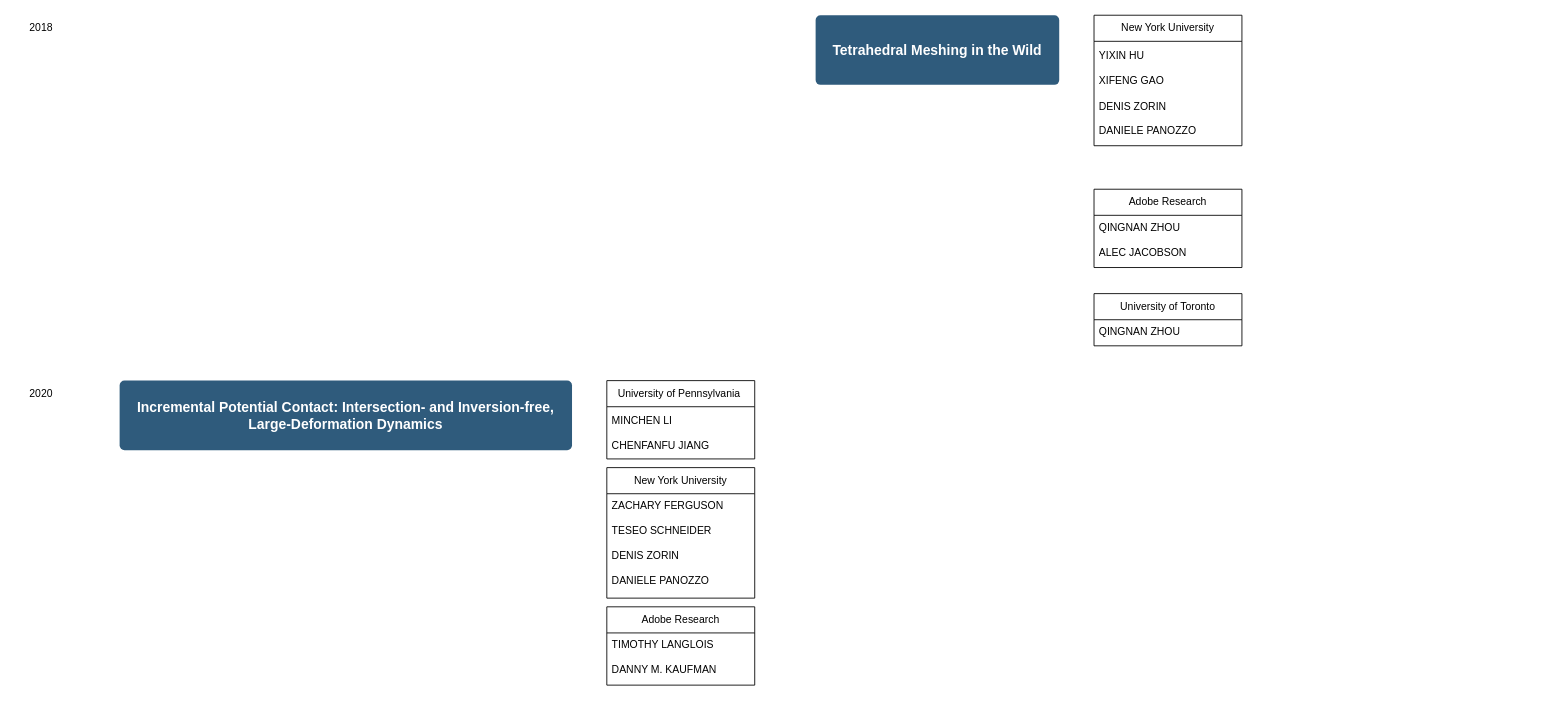
Earlier version of the draw.io diagram Paper.drawio (jjunbass89/Paper). Source tidied: cells renumbered, new cells numbered last; positions are measured from the earlier drawing's top-left corner, leaving out a move shared by most shapes. Both pictures are drawn from the tidied source at 87%, with x=0, y=0 at pixel (15, 15).
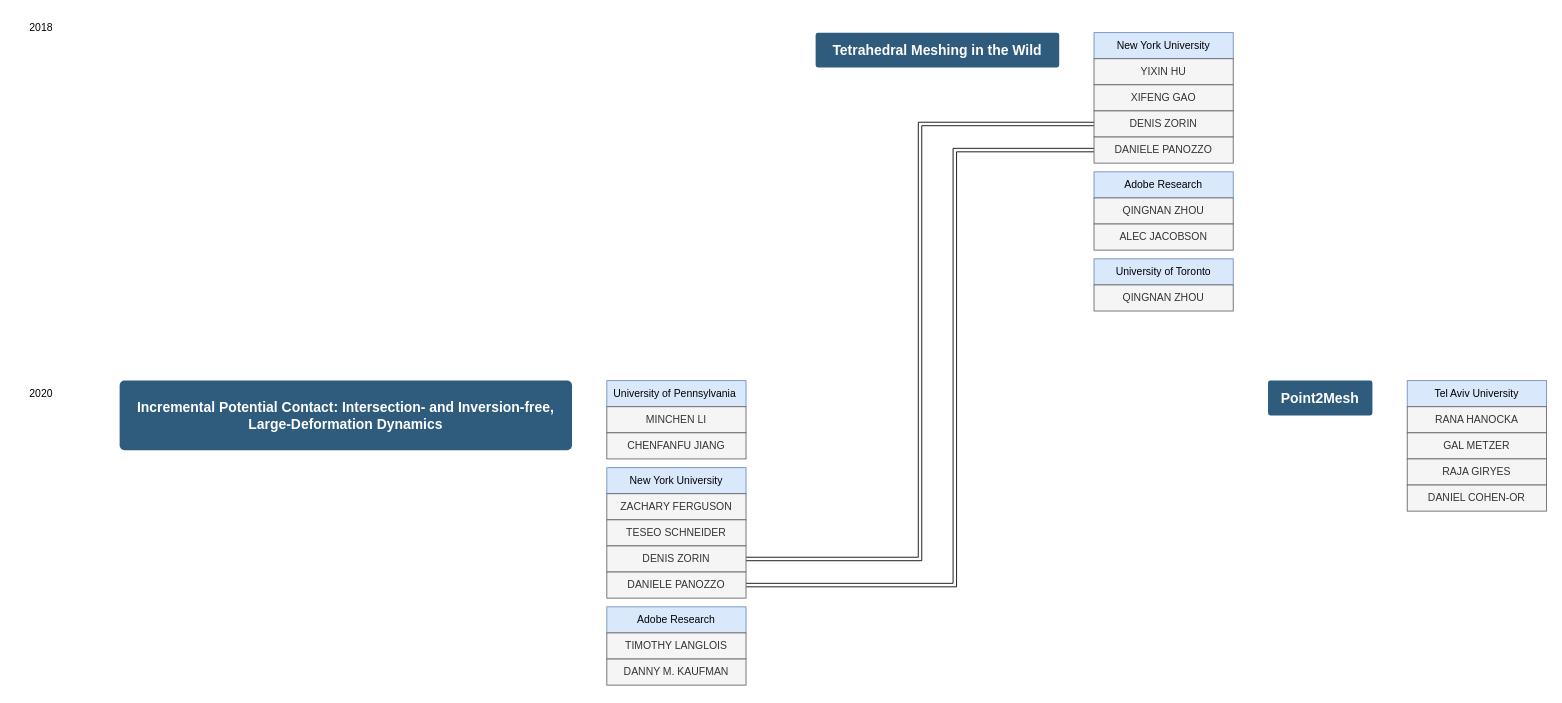
The same page after the edit.

Change to the diagram source:
```diff
@@
-    <mxCell id="3" value="University of Pennsylvania&amp;nbsp;" style="swimlane;fontStyle=0;horizontal=1;startSize=30;whiteSpace=wrap;html=1;" parent="1" vertex="1">
-      <mxGeometry x="680" y="420" width="170" height="90" as="geometry" />
-    </mxCell>
-    <mxCell id="4" value="MINCHEN LI&lt;br&gt;&lt;br&gt;CHENFANFU JIANG" style="text;strokeColor=none;fillColor=none;align=left;verticalAlign=middle;spacingLeft=4;spacingRight=4;overflow=hidden;whiteSpace=wrap;html=1;" parent="3" vertex="1">
-      <mxGeometry y="30" width="170" height="60" as="geometry" />
-    </mxCell>
-    <mxCell id="5" value="New York University" style="swimlane;fontStyle=0;horizontal=1;startSize=30;whiteSpace=wrap;html=1;" parent="1" vertex="1">
-      <mxGeometry x="680" y="520" width="170" height="150" as="geometry" />
-    </mxCell>
-    <mxCell id="6" value="&lt;span style=&quot;border-color: var(--border-color);&quot;&gt;ZACHARY FERGUSON&lt;br&gt;&lt;br&gt;TESEO SCHNEIDER&lt;br&gt;&lt;br&gt;DENIS ZORIN &lt;br&gt;&lt;br&gt;DANIELE PANOZZO&lt;br&gt;&lt;/span&gt;" style="text;strokeColor=none;fillColor=none;align=left;verticalAlign=top;spacingLeft=4;spacingRight=4;overflow=hidden;whiteSpace=wrap;html=1;horizontal=1;" parent="5" vertex="1">
-      <mxGeometry y="30" width="170" height="120" as="geometry" />
-    </mxCell>
-    <mxCell id="7" value="Adobe Research" style="swimlane;fontStyle=0;horizontal=1;startSize=30;whiteSpace=wrap;html=1;" parent="1" vertex="1">
-      <mxGeometry x="680" y="680" width="170" height="90" as="geometry" />
-    </mxCell>
-    <mxCell id="8" value="&lt;span style=&quot;border-color: var(--border-color);&quot;&gt;TIMOTHY LANGLOIS&lt;br&gt;&lt;br&gt;DANNY M. KAUFMAN&lt;br&gt;&lt;/span&gt;" style="text;strokeColor=none;fillColor=none;align=left;verticalAlign=top;spacingLeft=4;spacingRight=4;overflow=hidden;whiteSpace=wrap;html=1;horizontal=1;" parent="7" vertex="1">
-      <mxGeometry y="30" width="170" height="60" as="geometry" />
-    </mxCell>
@@
     <mxCell id="10" value="Tetrahedral Meshing in the Wild" style="rounded=1;whiteSpace=wrap;html=1;shadow=0;labelBackgroundColor=none;strokeColor=none;strokeWidth=3;fillColor=#2F5B7C;fontFamily=Helvetica;fontSize=16;fontColor=#FFFFFF;align=center;fontStyle=1;spacing=5;arcSize=7;perimeterSpacing=2;" parent="1" vertex="1">
-      <mxGeometry x="920" width="280" height="80" as="geometry" />
+      <mxGeometry x="920" y="20" width="280" height="40" as="geometry" />
     </mxCell>
-    <mxCell id="11" value="New York University&lt;br/&gt;" style="swimlane;fontStyle=0;horizontal=1;startSize=30;whiteSpace=wrap;html=1;" parent="1" vertex="1">
-      <mxGeometry x="1240" width="170" height="150" as="geometry" />
-    </mxCell>
-    <mxCell id="12" value="YIXIN HU&lt;br&gt;&lt;br&gt;XIFENG GAO&lt;br&gt;&lt;br style=&quot;border-color: var(--border-color);&quot;&gt;DENIS ZORIN&lt;br&gt;&lt;br style=&quot;border-color: var(--border-color);&quot;&gt;DANIELE PANOZZO" style="text;strokeColor=none;fillColor=none;align=left;verticalAlign=middle;spacingLeft=4;spacingRight=4;overflow=hidden;whiteSpace=wrap;html=1;" parent="11" vertex="1">
-      <mxGeometry y="30" width="170" height="120" as="geometry" />
-    </mxCell>
-    <mxCell id="13" value="Adobe Research" style="swimlane;fontStyle=0;horizontal=1;startSize=30;whiteSpace=wrap;html=1;" parent="1" vertex="1">
-      <mxGeometry x="1240" y="200" width="170" height="90" as="geometry" />
-    </mxCell>
-    <mxCell id="14" value="QINGNAN ZHOU&lt;br&gt;&lt;br&gt;ALEC JACOBSON" style="text;strokeColor=none;fillColor=none;align=left;verticalAlign=top;spacingLeft=4;spacingRight=4;overflow=hidden;whiteSpace=wrap;html=1;horizontal=1;" parent="13" vertex="1">
-      <mxGeometry y="30" width="170" height="60" as="geometry" />
-    </mxCell>
+    <mxCell id="17" value="2018" style="text;html=1;strokeColor=none;fillColor=none;align=center;verticalAlign=middle;whiteSpace=wrap;rounded=0;" parent="1" vertex="1">
+      <mxGeometry width="60" height="30" as="geometry" />
+    </mxCell>
+    <mxCell id="3" value="University of Pennsylvania&amp;nbsp;" style="text;html=1;align=center;verticalAlign=middle;whiteSpace=wrap;rounded=0;fillColor=#dae8fc;strokeColor=#6c8ebf;" parent="1" vertex="1">
+      <mxGeometry x="680" y="420" width="160" height="30" as="geometry" />
+    </mxCell>
+    <mxCell id="18" value="MINCHEN LI" style="text;html=1;align=center;verticalAlign=middle;whiteSpace=wrap;rounded=0;fillColor=#f5f5f5;strokeColor=#666666;fontColor=#333333;" parent="1" vertex="1">
+      <mxGeometry x="680" y="450" width="160" height="30" as="geometry" />
+    </mxCell>
+    <mxCell id="19" value="CHENFANFU JIANG" style="text;html=1;align=center;verticalAlign=middle;whiteSpace=wrap;rounded=0;fillColor=#f5f5f5;strokeColor=#666666;fontColor=#333333;" parent="1" vertex="1">
+      <mxGeometry x="680" y="480" width="160" height="30" as="geometry" />
+    </mxCell>
+    <mxCell id="20" value="New York University" style="text;html=1;align=center;verticalAlign=middle;whiteSpace=wrap;rounded=0;fillColor=#dae8fc;strokeColor=#6c8ebf;" parent="1" vertex="1">
+      <mxGeometry x="680" y="520" width="160" height="30" as="geometry" />
+    </mxCell>
+    <mxCell id="21" value="ZACHARY FERGUSON" style="text;html=1;align=center;verticalAlign=middle;whiteSpace=wrap;rounded=0;fillColor=#f5f5f5;strokeColor=#666666;fontColor=#333333;" parent="1" vertex="1">
+      <mxGeometry x="680" y="550" width="160" height="30" as="geometry" />
+    </mxCell>
+    <mxCell id="22" value="TESEO SCHNEIDER" style="text;html=1;align=center;verticalAlign=middle;whiteSpace=wrap;rounded=0;fillColor=#f5f5f5;strokeColor=#666666;fontColor=#333333;" parent="1" vertex="1">
+      <mxGeometry x="680" y="580" width="160" height="30" as="geometry" />
+    </mxCell>
+    <mxCell id="23" style="edgeStyle=orthogonalEdgeStyle;rounded=0;jettySize=auto;html=1;entryX=0;entryY=0.5;entryDx=0;entryDy=0;shape=link;" parent="1" edge="1" source="24" target="37">
+      <mxGeometry relative="1" as="geometry" />
+    </mxCell>
+    <mxCell id="24" value="DENIS ZORIN" style="text;html=1;align=center;verticalAlign=middle;whiteSpace=wrap;rounded=0;fillColor=#f5f5f5;strokeColor=#666666;fontColor=#333333;" parent="1" vertex="1">
+      <mxGeometry x="680" y="610" width="160" height="30" as="geometry" />
+    </mxCell>
+    <mxCell id="25" style="edgeStyle=orthogonalEdgeStyle;rounded=0;jettySize=auto;html=1;entryX=0;entryY=0.5;entryDx=0;entryDy=0;shape=link;" parent="1" edge="1" source="26" target="38">
+      <mxGeometry relative="1" as="geometry">
+        <Array as="points">
+          <mxPoint x="1080" y="655" />
+          <mxPoint x="1080" y="155" />
+        </Array>
+      </mxGeometry>
+    </mxCell>
+    <mxCell id="26" value="DANIELE PANOZZO" style="text;html=1;align=center;verticalAlign=middle;whiteSpace=wrap;rounded=0;fillColor=#f5f5f5;strokeColor=#666666;fontColor=#333333;" parent="1" vertex="1">
+      <mxGeometry x="680" y="640" width="160" height="30" as="geometry" />
+    </mxCell>
+    <mxCell id="27" value="Adobe Research" style="text;html=1;align=center;verticalAlign=middle;whiteSpace=wrap;rounded=0;fillColor=#dae8fc;strokeColor=#6c8ebf;" parent="1" vertex="1">
+      <mxGeometry x="680" y="680" width="160" height="30" as="geometry" />
+    </mxCell>
+    <mxCell id="28" value="TIMOTHY LANGLOIS" style="text;html=1;align=center;verticalAlign=middle;whiteSpace=wrap;rounded=0;fillColor=#f5f5f5;strokeColor=#666666;fontColor=#333333;" parent="1" vertex="1">
+      <mxGeometry x="680" y="710" width="160" height="30" as="geometry" />
+    </mxCell>
+    <mxCell id="29" value="DANNY M. KAUFMAN" style="text;html=1;align=center;verticalAlign=middle;whiteSpace=wrap;rounded=0;fillColor=#f5f5f5;strokeColor=#666666;fontColor=#333333;" parent="1" vertex="1">
+      <mxGeometry x="680" y="740" width="160" height="30" as="geometry" />
+    </mxCell>
+    <mxCell id="30" value="New York University" style="text;html=1;align=center;verticalAlign=middle;whiteSpace=wrap;rounded=0;fillColor=#dae8fc;strokeColor=#6c8ebf;" parent="1" vertex="1">
+      <mxGeometry x="1240" y="20" width="160" height="30" as="geometry" />
+    </mxCell>
+    <mxCell id="31" value="YIXIN HU" style="text;html=1;align=center;verticalAlign=middle;whiteSpace=wrap;rounded=0;fillColor=#f5f5f5;strokeColor=#666666;fontColor=#333333;" parent="1" vertex="1">
+      <mxGeometry x="1240" y="50" width="160" height="30" as="geometry" />
+    </mxCell>
+    <mxCell id="32" value="XIFENG GAO" style="text;html=1;align=center;verticalAlign=middle;whiteSpace=wrap;rounded=0;fillColor=#f5f5f5;strokeColor=#666666;fontColor=#333333;" parent="1" vertex="1">
+      <mxGeometry x="1240" y="80" width="160" height="30" as="geometry" />
+    </mxCell>
+    <mxCell id="33" value="Adobe Research" style="text;html=1;align=center;verticalAlign=middle;whiteSpace=wrap;rounded=0;fillColor=#dae8fc;strokeColor=#6c8ebf;" parent="1" vertex="1">
+      <mxGeometry x="1240" y="180" width="160" height="30" as="geometry" />
+    </mxCell>
+    <mxCell id="34" value="QINGNAN ZHOU" style="text;html=1;align=center;verticalAlign=middle;whiteSpace=wrap;rounded=0;fillColor=#f5f5f5;strokeColor=#666666;fontColor=#333333;" parent="1" vertex="1">
+      <mxGeometry x="1240" y="210" width="160" height="30" as="geometry" />
+    </mxCell>
+    <mxCell id="35" value="ALEC JACOBSON" style="text;html=1;align=center;verticalAlign=middle;whiteSpace=wrap;rounded=0;fillColor=#f5f5f5;strokeColor=#666666;fontColor=#333333;" parent="1" vertex="1">
+      <mxGeometry x="1240" y="240" width="160" height="30" as="geometry" />
+    </mxCell>
-    <mxCell id="15" value="University of Toronto" style="swimlane;fontStyle=0;horizontal=1;startSize=30;whiteSpace=wrap;html=1;" parent="1" vertex="1">
-      <mxGeometry x="1240" y="320" width="170" height="60" as="geometry" />
+    <mxCell id="15" value="University of Toronto" style="text;html=1;align=center;verticalAlign=middle;whiteSpace=wrap;rounded=0;fillColor=#dae8fc;strokeColor=#6c8ebf;" parent="1" vertex="1">
+      <mxGeometry x="1240" y="280" width="160" height="30" as="geometry" />
     </mxCell>
-    <mxCell id="16" value="QINGNAN ZHOU" style="text;strokeColor=none;fillColor=none;align=left;verticalAlign=top;spacingLeft=4;spacingRight=4;overflow=hidden;whiteSpace=wrap;html=1;horizontal=1;" parent="15" vertex="1">
-      <mxGeometry y="30" width="170" height="30" as="geometry" />
-    </mxCell>
-    <mxCell id="17" value="2018" style="text;html=1;strokeColor=none;fillColor=none;align=center;verticalAlign=middle;whiteSpace=wrap;rounded=0;" parent="1" vertex="1">
-      <mxGeometry width="60" height="30" as="geometry" />
-    </mxCell>
+    <mxCell id="36" value="QINGNAN ZHOU" style="text;html=1;align=center;verticalAlign=middle;whiteSpace=wrap;rounded=0;fillColor=#f5f5f5;strokeColor=#666666;fontColor=#333333;" parent="1" vertex="1">
+      <mxGeometry x="1240" y="310" width="160" height="30" as="geometry" />
+    </mxCell>
+    <mxCell id="37" value="DENIS ZORIN" style="text;html=1;align=center;verticalAlign=middle;whiteSpace=wrap;rounded=0;fillColor=#f5f5f5;strokeColor=#666666;fontColor=#333333;" parent="1" vertex="1">
+      <mxGeometry x="1240" y="110" width="160" height="30" as="geometry" />
+    </mxCell>
+    <mxCell id="38" value="DANIELE PANOZZO" style="text;html=1;align=center;verticalAlign=middle;whiteSpace=wrap;rounded=0;fillColor=#f5f5f5;strokeColor=#666666;fontColor=#333333;" parent="1" vertex="1">
+      <mxGeometry x="1240" y="140" width="160" height="30" as="geometry" />
+    </mxCell>
+    <mxCell id="39" value="Point2Mesh" style="rounded=1;whiteSpace=wrap;html=1;shadow=0;labelBackgroundColor=none;strokeColor=none;strokeWidth=3;fillColor=#2F5B7C;fontFamily=Helvetica;fontSize=16;fontColor=#FFFFFF;align=center;fontStyle=1;spacing=5;arcSize=7;perimeterSpacing=2;" parent="1" vertex="1">
+      <mxGeometry x="1440" y="420" width="120" height="40" as="geometry" />
+    </mxCell>
+    <mxCell id="40" value="Tel Aviv University" style="text;html=1;align=center;verticalAlign=middle;whiteSpace=wrap;rounded=0;fillColor=#dae8fc;strokeColor=#6c8ebf;" parent="1" vertex="1">
+      <mxGeometry x="1600" y="420" width="160" height="30" as="geometry" />
+    </mxCell>
+    <mxCell id="41" value="RANA HANOCKA" style="text;html=1;align=center;verticalAlign=middle;whiteSpace=wrap;rounded=0;fillColor=#f5f5f5;strokeColor=#666666;fontColor=#333333;" parent="1" vertex="1">
+      <mxGeometry x="1600" y="450" width="160" height="30" as="geometry" />
+    </mxCell>
+    <mxCell id="42" value="GAL METZER" style="text;html=1;align=center;verticalAlign=middle;whiteSpace=wrap;rounded=0;fillColor=#f5f5f5;strokeColor=#666666;fontColor=#333333;" parent="1" vertex="1">
+      <mxGeometry x="1600" y="480" width="160" height="30" as="geometry" />
+    </mxCell>
+    <mxCell id="43" value="RAJA GIRYES" style="text;html=1;align=center;verticalAlign=middle;whiteSpace=wrap;rounded=0;fillColor=#f5f5f5;strokeColor=#666666;fontColor=#333333;" parent="1" vertex="1">
+      <mxGeometry x="1600" y="510" width="160" height="30" as="geometry" />
+    </mxCell>
+    <mxCell id="44" value="DANIEL COHEN-OR" style="text;html=1;align=center;verticalAlign=middle;whiteSpace=wrap;rounded=0;fillColor=#f5f5f5;strokeColor=#666666;fontColor=#333333;" parent="1" vertex="1">
+      <mxGeometry x="1600" y="540" width="160" height="30" as="geometry" />
+    </mxCell>
```
